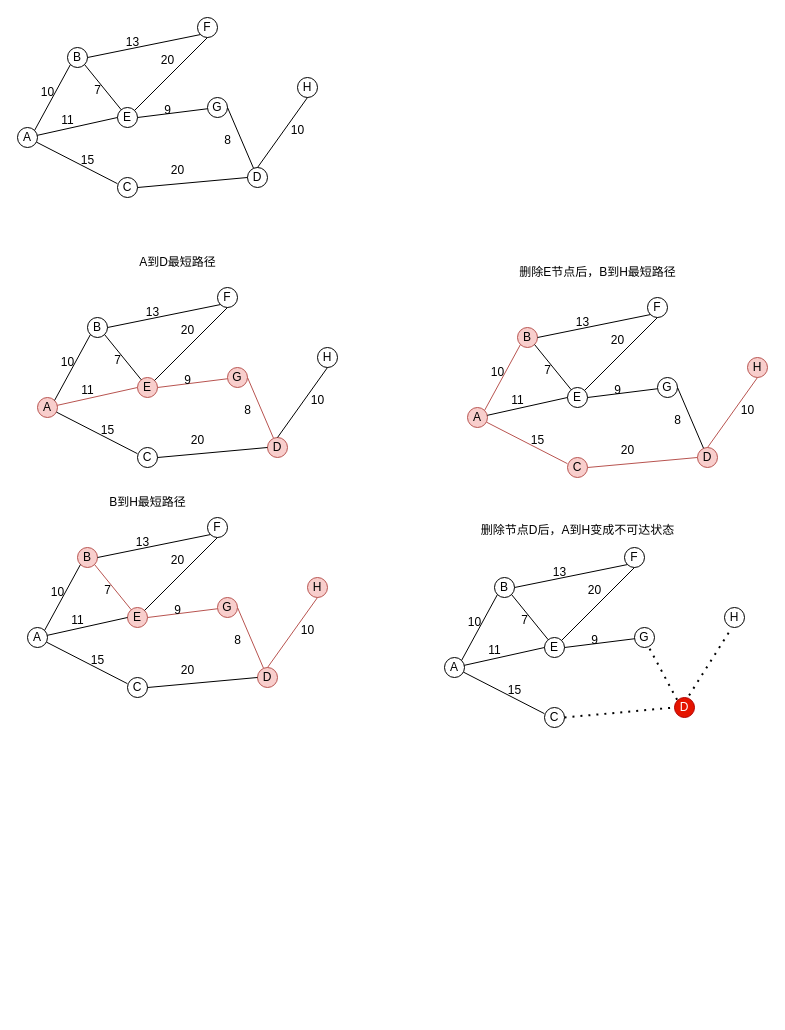
Above: homework.drawio in yyy-router/drawio (draw.io), before the change. Source tidied: cells renumbered, new cells numbered last; positions are measured from the earlier drawing's top-left corner, leaving out a move shared by most shapes. Both pictures are drawn from the tidied source at 100%, with x=0, y=0 at pixel (17, 17).
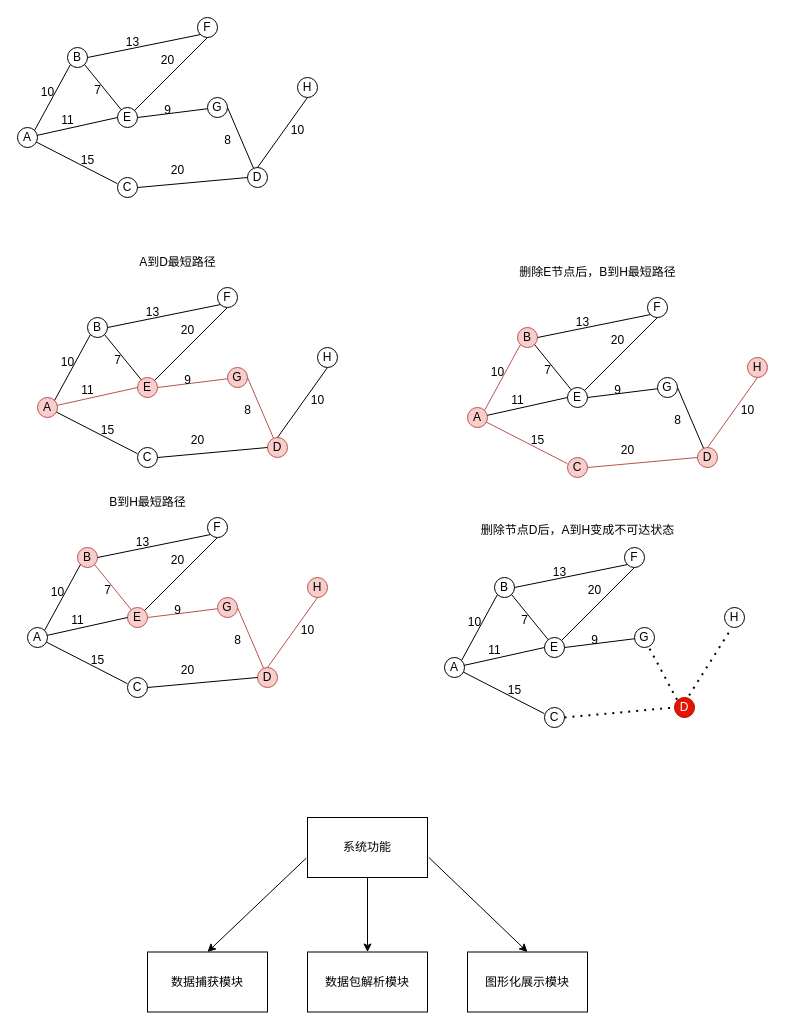
The same diagram, later.

The edit, as a diff of the source:
```diff
@@
+    <mxCell id="143" value="数据捕获模块" style="rounded=0;whiteSpace=wrap;html=1;" parent="1" vertex="1">
+      <mxGeometry x="130" y="934.5" width="120" height="60" as="geometry" />
+    </mxCell>
+    <mxCell id="144" value="数据包解析模块" style="rounded=0;whiteSpace=wrap;html=1;" parent="1" vertex="1">
+      <mxGeometry x="290" y="934.5" width="120" height="60" as="geometry" />
+    </mxCell>
+    <mxCell id="145" value="图形化展示模块" style="rounded=0;whiteSpace=wrap;html=1;" parent="1" vertex="1">
+      <mxGeometry x="450" y="934.5" width="120" height="60" as="geometry" />
+    </mxCell>
+    <mxCell id="146" value="系统功能" style="rounded=0;whiteSpace=wrap;html=1;" parent="1" vertex="1">
+      <mxGeometry x="290" y="800" width="120" height="60" as="geometry" />
+    </mxCell>
+    <mxCell id="147" style="endArrow=classic;html=1;rounded=0;exitX=-0.011;exitY=0.603;exitDx=0;exitDy=0;exitPerimeter=0;entryX=0.5;entryY=0;entryDx=0;entryDy=0;" parent="1" edge="1" target="143">
+      <mxGeometry relative="1" as="geometry">
+        <mxPoint x="288.7" y="840.7" as="sourcePoint" />
+      </mxGeometry>
+    </mxCell>
+    <mxCell id="148" style="endArrow=classic;html=1;rounded=0;exitX=0.5;exitY=1;exitDx=0;exitDy=0;entryX=0.5;entryY=0;entryDx=0;entryDy=0;exitPerimeter=0;" parent="1" edge="1" source="146" target="144">
+      <mxGeometry relative="1" as="geometry" />
+    </mxCell>
+    <mxCell id="149" style="endArrow=classic;html=1;rounded=0;exitX=1.012;exitY=0.591;exitDx=0;exitDy=0;exitPerimeter=0;entryX=0.5;entryY=0;entryDx=0;entryDy=0;" parent="1" edge="1" target="145">
+      <mxGeometry relative="1" as="geometry">
+        <mxPoint x="411.4" y="840" as="sourcePoint" />
+      </mxGeometry>
+    </mxCell>
```
